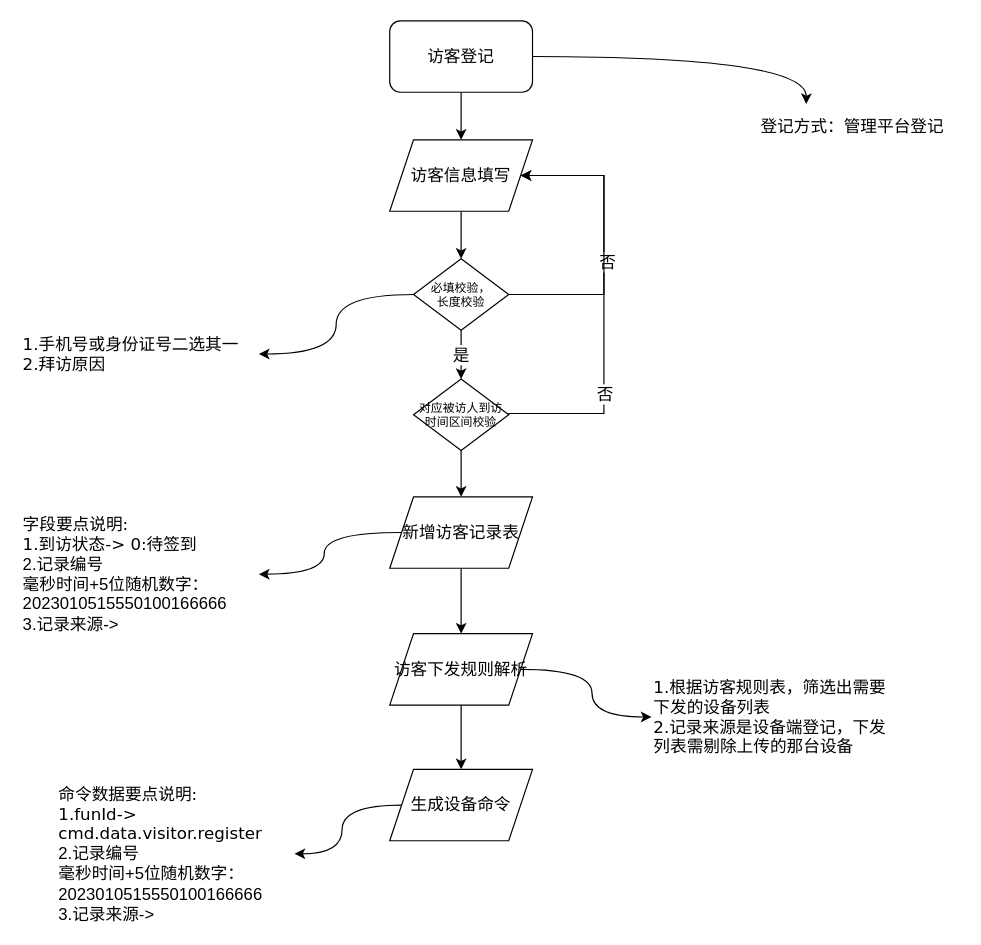
The draw.io diagram page "访客登记细化-管理平台登记" (3 of 5) of 访客功能-线下平台和设备交互流程.drawio in chwnjianhui/draw.io, before the edit. Source tidied: cells renumbered, new cells numbered last; positions are measured from the earlier drawing's top-left corner, leaving out a move shared by most shapes. Both pictures are drawn from the tidied source at 119%, with x=0, y=0 at pixel (20, 20).
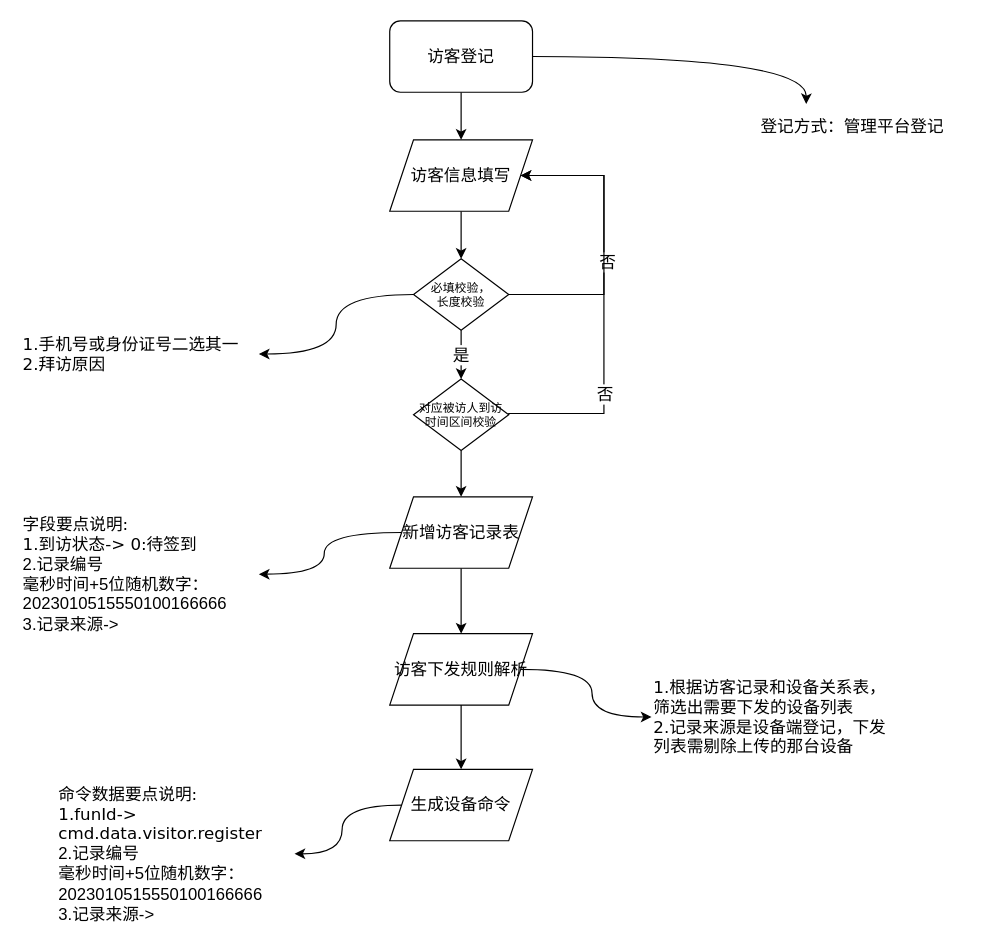
The same page after the edit.

The edit, as a diff of the source:
```diff
@@
-    <mxCell id="28" value="&lt;span style=&quot;font-family: Verdana; font-size: 14px;&quot;&gt;1.根据访客规则表，筛选出需要下发的设备列表&lt;br&gt;2.记录来源是设备端登记，下发列表需剔除上传的那台设备&lt;br style=&quot;font-size: 14px;&quot;&gt;&lt;/span&gt;" style="text;html=1;strokeColor=none;fillColor=none;align=left;verticalAlign=middle;whiteSpace=wrap;rounded=0;fontSize=14;" parent="1" vertex="1">
+    <mxCell id="28" value="&lt;span style=&quot;font-family: Verdana; font-size: 14px;&quot;&gt;1.根据访客记录和设备关系表，筛选出需要下发的设备列表&lt;br&gt;2.记录来源是设备端登记，下发列表需剔除上传的那台设备&lt;br style=&quot;font-size: 14px;&quot;&gt;&lt;/span&gt;" style="text;html=1;strokeColor=none;fillColor=none;align=left;verticalAlign=middle;whiteSpace=wrap;rounded=0;fontSize=14;" parent="1" vertex="1">
       <mxGeometry x="530" y="565" width="200" height="40" as="geometry" />
     </mxCell>
```
